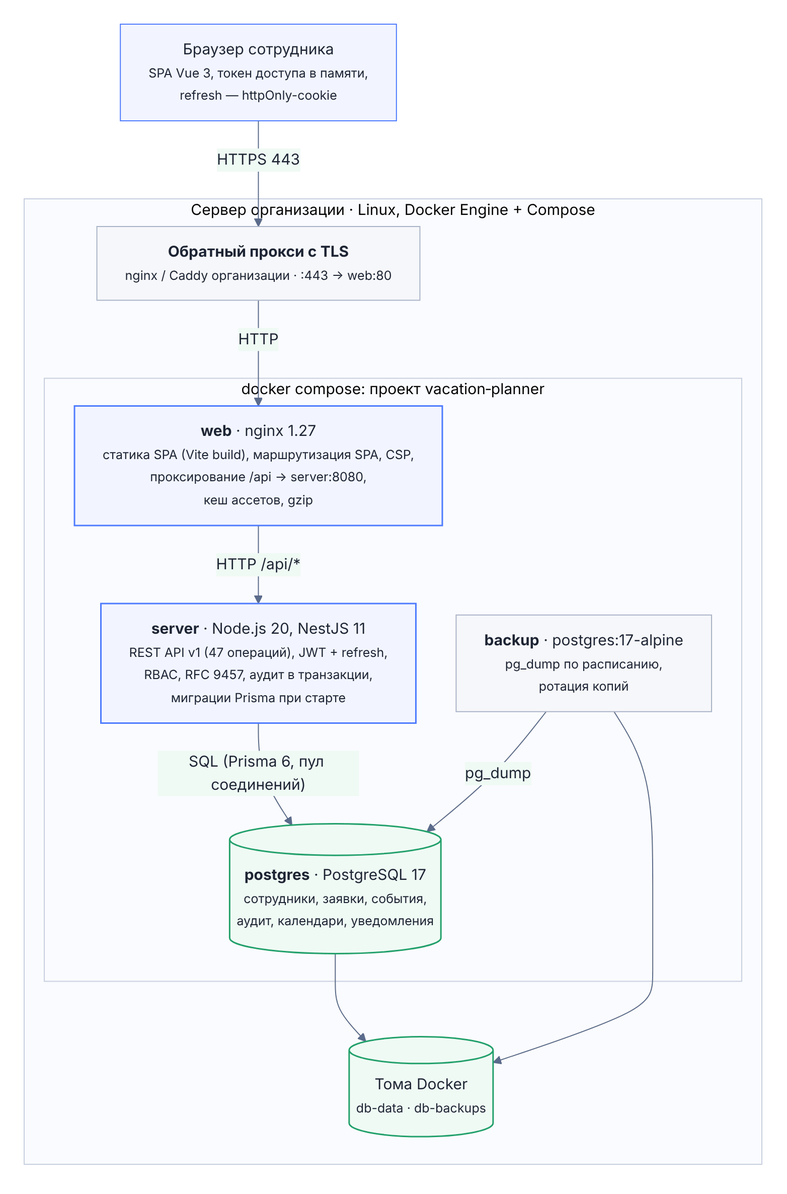
Above: docs/images/a02-containers.png in ayurasov/vacation-planner (Mermaid), before the change. Its source is kept beside it as docs/diagrams/a02-containers.mmd.
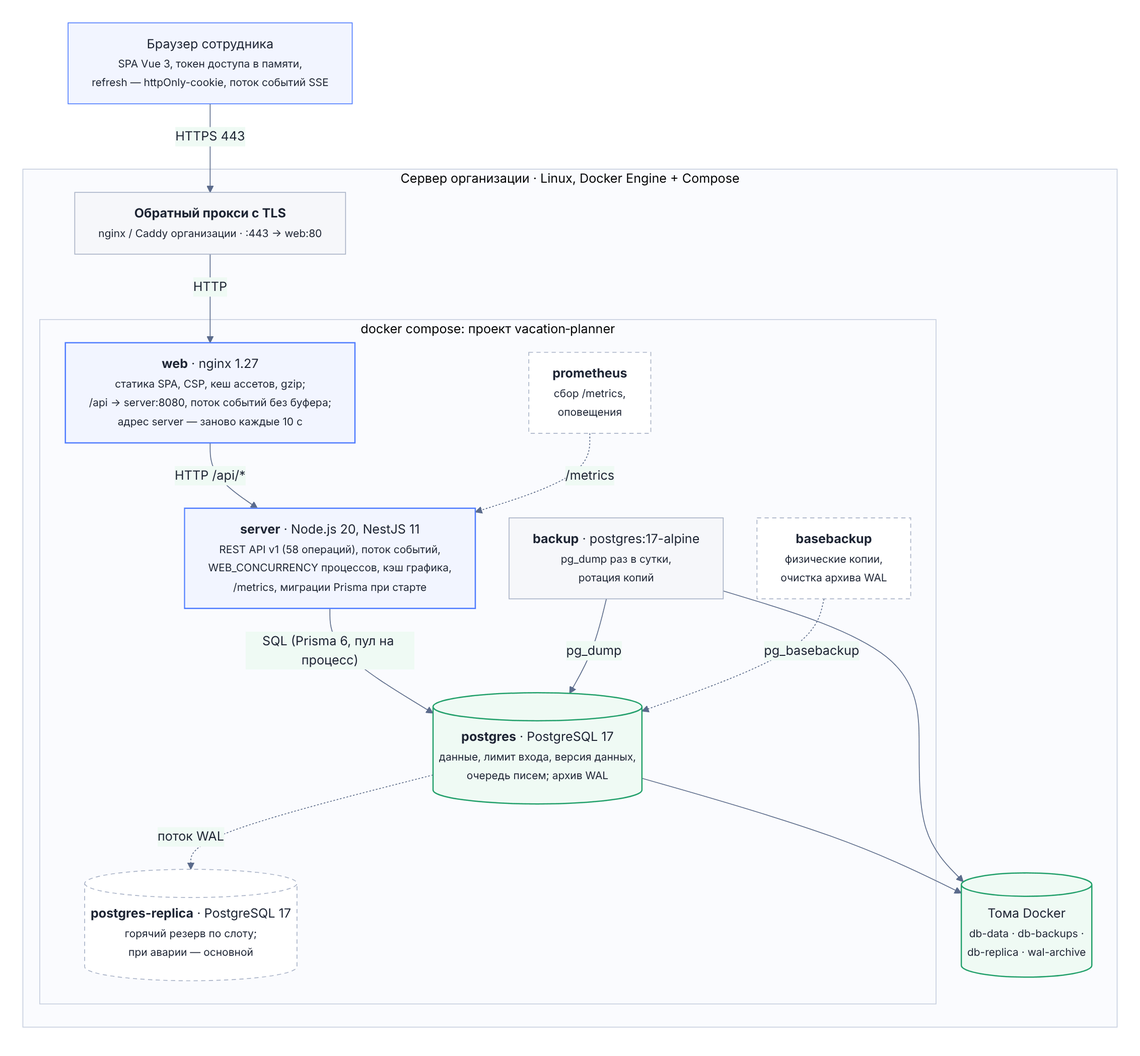
After the change.

The edit, as a diff of the source:
```diff
@@ -11,7 +11,7 @@
     RP["<b>Обратный прокси с TLS</b><br/><small>nginx / Caddy организации · :443 → web:80</small>"]:::ext
     subgraph NET["docker#nbsp;compose:#nbsp;проект#nbsp;vacation‑planner"]
       WEB["<b>web</b> · nginx 1.27<br/><small>статика SPA, CSP, кеш ассетов, gzip;<br/>/api → server:8080, поток событий без буфера;<br/>адрес server — заново каждые 10 с</small>"]:::box
-      API["<b>server</b> · Node.js 20, NestJS 11<br/><small>REST API v1 (57 операций), поток событий,<br/>WEB_CONCURRENCY процессов, кэш графика,<br/>/metrics, миграции Prisma при старте</small>"]:::box
+      API["<b>server</b> · Node.js 20, NestJS 11<br/><small>REST API v1 (58 операций), поток событий,<br/>WEB_CONCURRENCY процессов, кэш графика,<br/>/metrics, миграции Prisma при старте</small>"]:::box
       DB[("<b>postgres</b> · PostgreSQL 17<br/><small>данные, лимит входа, версия данных,<br/>очередь писем; архив WAL</small>")]:::db
       BK["<b>backup</b> · postgres:17-alpine<br/><small>pg_dump раз в сутки,<br/>ротация копий</small>"]:::ext
       REP[("<b>postgres-replica</b> · PostgreSQL 17<br/><small>горячий резерв по слоту;<br/>при аварии — основной</small>")]:::opt
```
